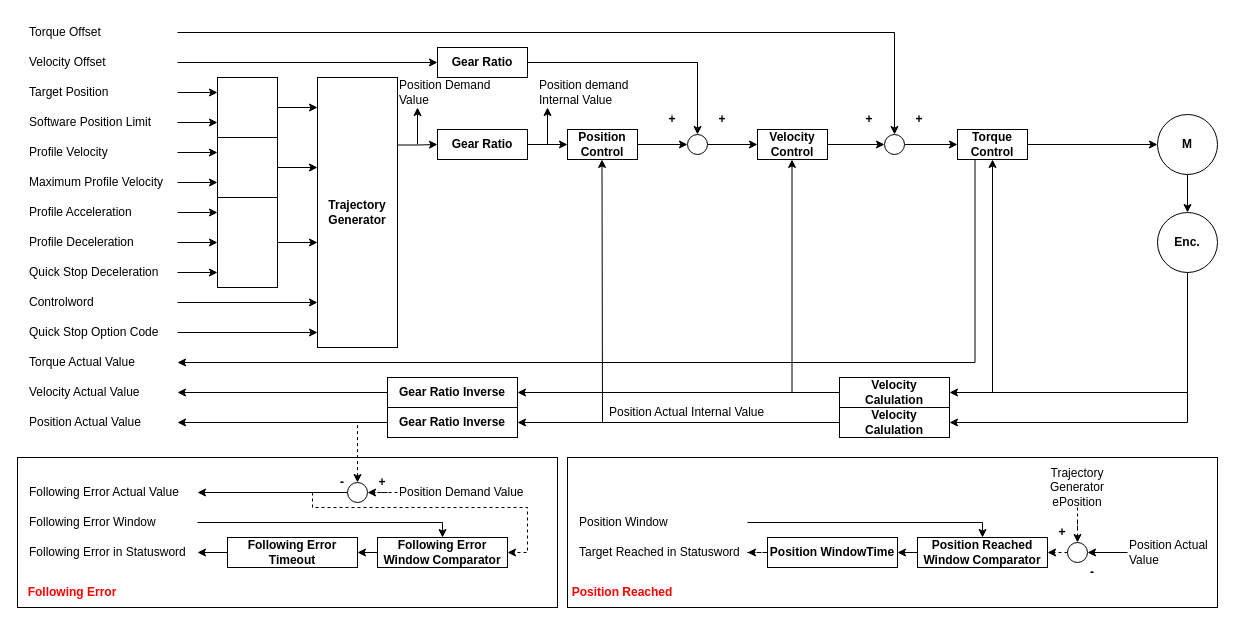
Above: diagram/PP블록다이어그램.drawio in roscore/Impedance_Control_for_Stewart_Gough_Platform (draw.io), before the change. Source tidied: cells renumbered, new cells numbered last; positions are measured from the earlier drawing's top-left corner, leaving out a move shared by most shapes. Both pictures are drawn from the tidied source at 100%, with x=0, y=0 at pixel (17, 17).
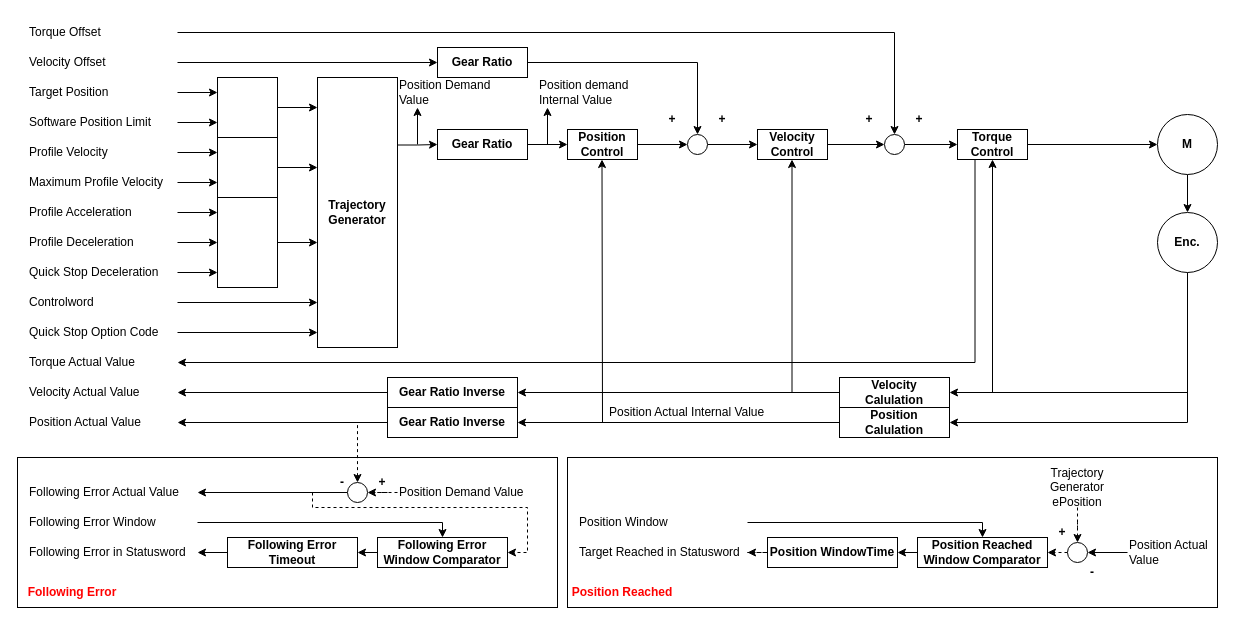
The same diagram, later.

Commit message (it also covers changes not shown here):
PP블록다이어그램.drawio 업데이트

The edit, as a diff of the source:
```diff
@@
-    <mxCell id="81" value="&lt;b&gt;Velocity&lt;br&gt;Calulation&lt;br&gt;&lt;/b&gt;" style="rounded=0;whiteSpace=wrap;html=1;" parent="1" vertex="1">
+    <mxCell id="81" value="&lt;b&gt;Position&lt;br&gt;Calulation&lt;br&gt;&lt;/b&gt;" style="rounded=0;whiteSpace=wrap;html=1;" parent="1" vertex="1">
       <mxGeometry x="822" y="390" width="110" height="30" as="geometry" />
     </mxCell>
```
